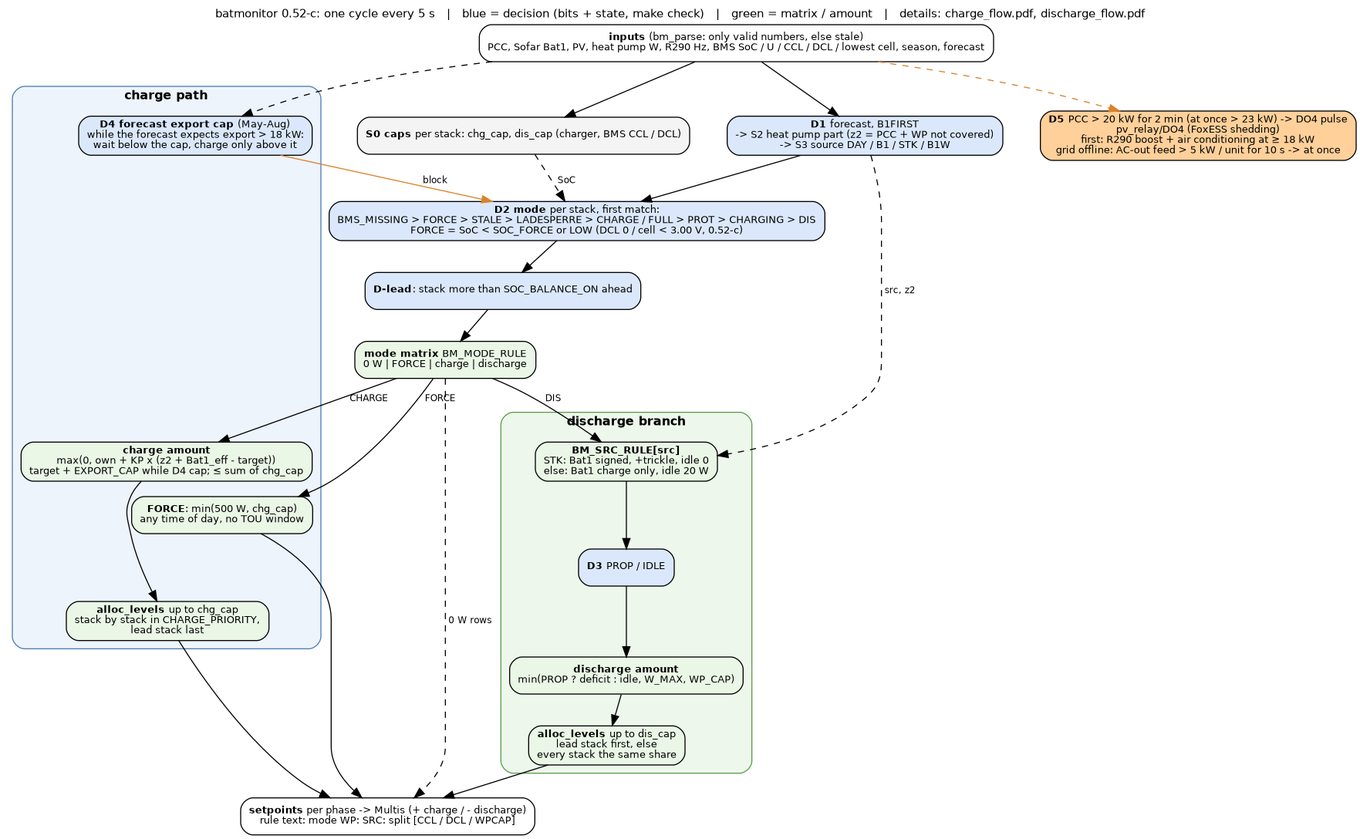
Above: docs/control_flow.png in gerontec/victron (Graphviz), before the change. Its source is kept beside it as docs/control_flow.dot. Source of this version:
```dot
digraph control {
	graph [rankdir=TB, fontname="Helvetica", fontsize=11, nodesep=0.5, ranksep=0.4, newrank=true,
		   label="batmonitor 0.52-c: one cycle every 5 s   |   blue = decision (bits + state, make check)   |   green = matrix / amount   |   details: charge_flow.pdf, discharge_flow.pdf",
		   labelloc=t];
	node [shape=box, style="rounded,filled", fillcolor="#f4f4f4", fontname="Helvetica", fontsize=10];
	edge [fontname="Helvetica", fontsize=9];

	in [label=<<b>inputs</b> (bm_parse: only valid numbers, else stale)<br/>PCC, Sofar Bat1, PV, heat pump W, R290 Hz, BMS SoC / U / CCL / DCL / lowest cell, season, forecast>, fillcolor="#ffffff"];
	d1 [label=<<b>D1</b> forecast, B1FIRST<br/>-&gt; S2 heat pump part (z2 = PCC + WP not covered)<br/>-&gt; S3 source DAY / B1 / STK / B1W>, fillcolor="#dbe8fb"];
	gates [label=<<b>S0 caps</b> per stack: chg_cap, dis_cap (charger, BMS CCL / DCL)>];
	d2 [label=<<b>D2 mode</b> per stack, first match:<br/>BMS_MISSING &gt; FORCE &gt; STALE &gt; LADESPERRE &gt; CHARGE / FULL &gt; PROT &gt; CHARGING &gt; DIS<br/>FORCE = SoC &lt; SOC_FORCE or LOW (DCL 0 / cell &lt; 3.00 V, 0.52-c)>, fillcolor="#dbe8fb"];
	lead [label=<<b>D-lead</b>: stack more than SOC_BALANCE_ON ahead>, fillcolor="#dbe8fb"];
	mode [label=<<b>mode matrix</b> BM_MODE_RULE<br/>0 W | FORCE | charge | discharge>, fillcolor="#eaf6e6", shape=box];

	subgraph cluster_charge {
		label=<<b>charge path</b>>; style="rounded,filled"; fillcolor="#eef4fb"; color="#4a7fb5"; fontsize=12;
		d4 [label=<<b>D4 forecast export cap</b> (May-Aug)<br/>while the forecast expects export &gt; 18 kW:<br/>wait below the cap, charge only above it>, fillcolor="#dbe8fb"];
		cforce [label=<<b>FORCE</b>: min(500 W, chg_cap)<br/>any time of day, no TOU window>, fillcolor="#eaf6e6"];
		camount [label=<<b>charge amount</b><br/>max(0, own + KP x (z2 + Bat1_eff - target))<br/>target + EXPORT_CAP while D4 cap; &le; sum of chg_cap>, fillcolor="#eaf6e6"];
		csplit [label=<<b>alloc_levels</b> up to chg_cap<br/>stack by stack in CHARGE_PRIORITY,<br/>lead stack last>, fillcolor="#eaf6e6"];
		camount -> csplit;
	}

	subgraph cluster_dis {
		label=<<b>discharge branch</b>>; style="rounded,filled"; fillcolor="#eef7ec"; color="#5a9e4b"; fontsize=12;
		src [label=<<b>BM_SRC_RULE[src]</b><br/>STK: Bat1 signed, +trickle, idle 0<br/>else: Bat1 charge only, idle 20 W>, fillcolor="#eaf6e6"];
		d3 [label=<<b>D3</b> PROP / IDLE>, fillcolor="#dbe8fb"];
		damount [label=<<b>discharge amount</b><br/>min(PROP ? deficit : idle, W_MAX, WP_CAP)>, fillcolor="#eaf6e6"];
		dsplit [label=<<b>alloc_levels</b> up to dis_cap<br/>lead stack first, else<br/>every stack the same share>, fillcolor="#eaf6e6"];
		src -> d3 -> damount -> dsplit;
	}

	d5 [label=<<b>D5</b> PCC &gt; 20 kW for 2 min (at once &gt; 23 kW) -&gt; DO4 pulse<br/>pv_relay/DO4 (FoxESS shedding)<br/>first: R290 boost + air conditioning at &ge; 18 kW<br/>grid offline: AC-out feed &gt; 5 kW / unit for 10 s -&gt; at once>, fillcolor="#ffd09a"];
	out [label=<<b>setpoints</b> per phase -&gt; Multis (+ charge / - discharge)<br/>rule text: mode WP: SRC: split [CCL / DCL / WPCAP]>, fillcolor="#ffffff"];

	in -> d1 -> d2;
	in -> gates;
	gates -> d2 [style=dashed, label=" SoC"];
	d2 -> lead -> mode;
	mode -> cforce [label=" FORCE"];
	mode -> camount [label=" CHARGE"];
	mode -> src [label=" DIS"];
	mode -> out [label=" 0 W rows", style=dashed];
	d4 -> d2 [color="#d9822b", label=" block"];
	in -> d4 [style=dashed];
	in -> d5 [style=dashed, color="#d9822b"];
	d1 -> src [style=dashed, label=" src, z2"];
	cforce -> out;
	csplit -> out;
	dsplit -> out;
}
```
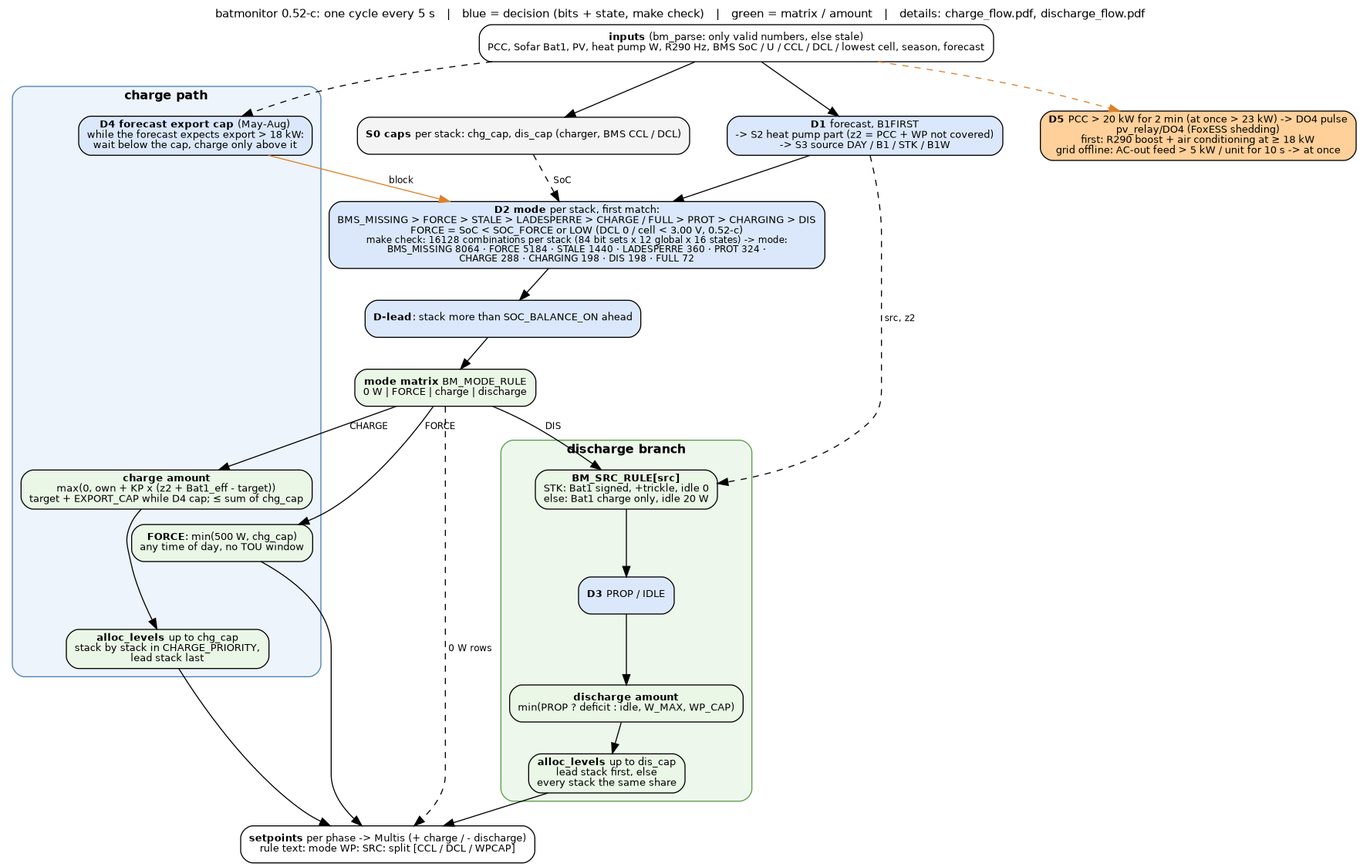
Later version of the same file.

Commit message:
docs: D2 boxes of the three flow charts labelled with the make check counts per stack (16128 -> nine modes)

What changed in the source:
```diff
@@ -8,7 +8,7 @@
 	in [label=<<b>inputs</b> (bm_parse: only valid numbers, else stale)<br/>PCC, Sofar Bat1, PV, heat pump W, R290 Hz, BMS SoC / U / CCL / DCL / lowest cell, season, forecast>, fillcolor="#ffffff"];
 	d1 [label=<<b>D1</b> forecast, B1FIRST<br/>-&gt; S2 heat pump part (z2 = PCC + WP not covered)<br/>-&gt; S3 source DAY / B1 / STK / B1W>, fillcolor="#dbe8fb"];
 	gates [label=<<b>S0 caps</b> per stack: chg_cap, dis_cap (charger, BMS CCL / DCL)>];
-	d2 [label=<<b>D2 mode</b> per stack, first match:<br/>BMS_MISSING &gt; FORCE &gt; STALE &gt; LADESPERRE &gt; CHARGE / FULL &gt; PROT &gt; CHARGING &gt; DIS<br/>FORCE = SoC &lt; SOC_FORCE or LOW (DCL 0 / cell &lt; 3.00 V, 0.52-c)>, fillcolor="#dbe8fb"];
+	d2 [label=<<b>D2 mode</b> per stack, first match:<br/>BMS_MISSING &gt; FORCE &gt; STALE &gt; LADESPERRE &gt; CHARGE / FULL &gt; PROT &gt; CHARGING &gt; DIS<br/>FORCE = SoC &lt; SOC_FORCE or LOW (DCL 0 / cell &lt; 3.00 V, 0.52-c)<br/><font point-size="9">make check: 16128 combinations per stack (84 bit sets x 12 global x 16 states) -&gt; mode:<br/>BMS_MISSING 8064 · FORCE 5184 · STALE 1440 · LADESPERRE 360 · PROT 324 ·<br/>CHARGE 288 · CHARGING 198 · DIS 198 · FULL 72</font>>, fillcolor="#dbe8fb"];
 	lead [label=<<b>D-lead</b>: stack more than SOC_BALANCE_ON ahead>, fillcolor="#dbe8fb"];
 	mode [label=<<b>mode matrix</b> BM_MODE_RULE<br/>0 W | FORCE | charge | discharge>, fillcolor="#eaf6e6", shape=box];
 
```
